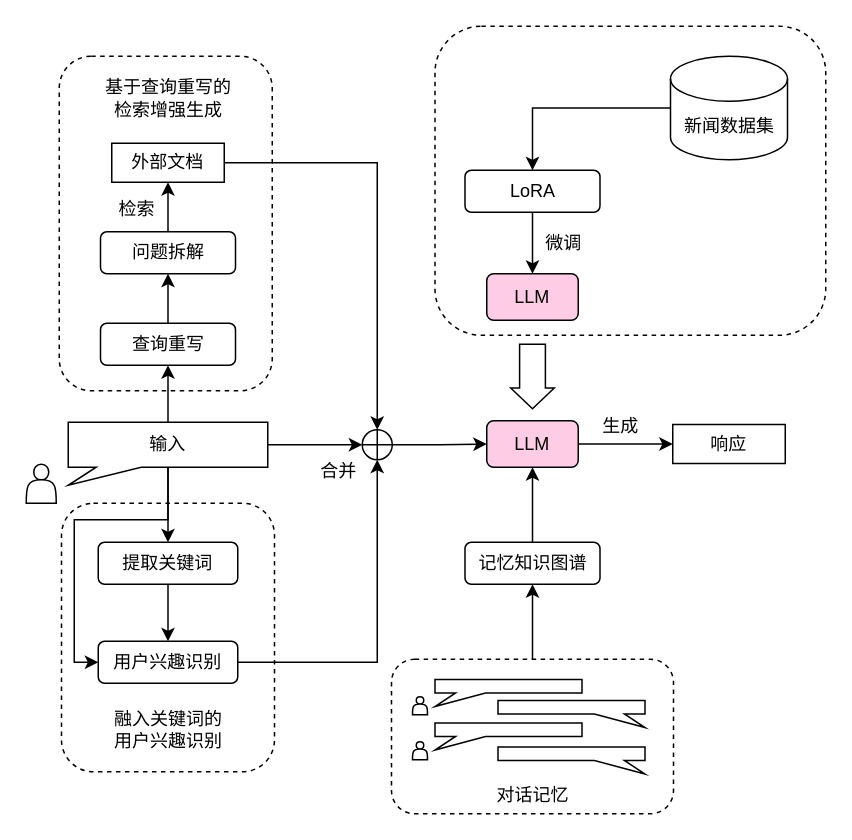
Earlier version of the draw.io diagram 开题/基于大模型微调的个性化新闻对话系统技术路线图.drawio (nekomiamia/Draw.io). Source tidied: cells renumbered, new cells numbered last; positions are measured from the earlier drawing's top-left corner, leaving out a move shared by most shapes. Both pictures are drawn from the tidied source at 150%, with x=0, y=0 at pixel (26, 26).
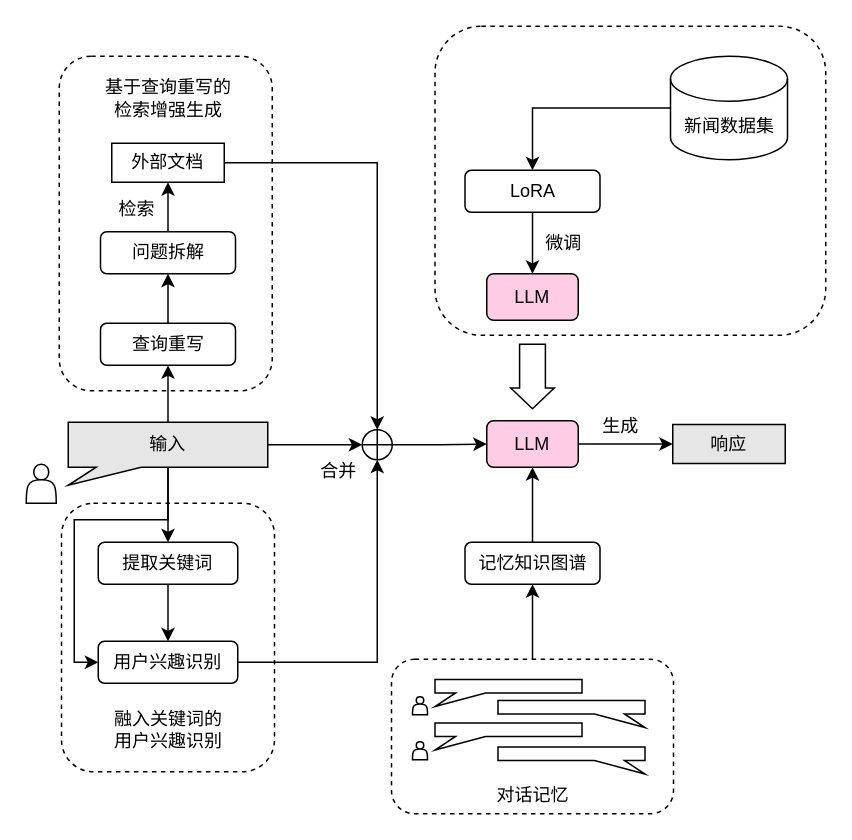
The same diagram, later.

Commit message (it also covers changes not shown here):
更新基于大模型微调的个性化新闻对话系统技术路线图.drawio

What changed in the source:
```diff
@@
-    <mxCell id="10" value="输入" style="shape=callout;whiteSpace=wrap;html=1;perimeter=calloutPerimeter;position2=0;size=12;position=0.14;base=30;fontFamily=宋体;" parent="1" vertex="1">
+    <mxCell id="10" value="输入" style="shape=callout;whiteSpace=wrap;html=1;perimeter=calloutPerimeter;position2=0;size=12;position=0.14;base=30;fontFamily=宋体;fillColor=#E6E6E6;" parent="1" vertex="1">
       <mxGeometry x="28" y="264" width="133" height="42" as="geometry" />
     </mxCell>
@@
-    <mxCell id="29" value="响应" style="rounded=0;whiteSpace=wrap;html=1;fontFamily=宋体;" parent="1" vertex="1">
+    <mxCell id="29" value="响应" style="rounded=0;whiteSpace=wrap;html=1;fontFamily=宋体;fillColor=#E6E6E6;" parent="1" vertex="1">
       <mxGeometry x="431" y="265.5" width="75" height="26" as="geometry" />
     </mxCell>
```
